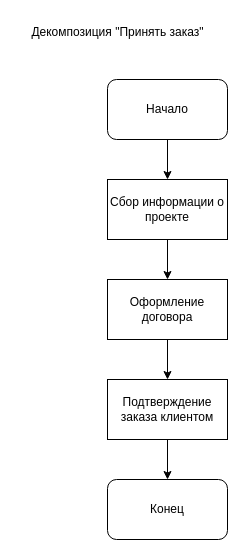
Kirill010/RTU-MIREA keeps this draw.io diagram as page "Страница — 2" (2 of 4) of 3 курс/5 семестр/Моделирование бизнес-процессов/Практика 29/pr29.drawio. Above is the earlier version. Source tidied: cells renumbered, new cells numbered last; positions are measured from the earlier drawing's top-left corner, leaving out a move shared by most shapes. Both pictures are drawn from the tidied source at 100%, with x=0, y=0 at pixel (17, 17).
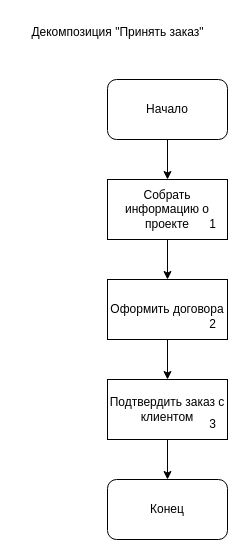
After the change.

What changed in the source:
```diff
@@
 <mxGraphModel>
   <root>
     <mxCell id="0" />
     <mxCell id="1" parent="0" />
     <mxCell id="2" style="edgeStyle=orthogonalEdgeStyle;rounded=0;jettySize=auto;html=1;" parent="1" edge="1" source="3" target="5">
       <mxGeometry relative="1" as="geometry" />
     </mxCell>
     <mxCell id="3" value="Начало" style="rounded=1;whiteSpace=wrap;html=1;" parent="1" vertex="1">
       <mxGeometry x="90" y="62" width="120" height="60" as="geometry" />
     </mxCell>
     <mxCell id="4" style="edgeStyle=orthogonalEdgeStyle;rounded=0;jettySize=auto;html=1;" parent="1" edge="1" source="5" target="7">
       <mxGeometry relative="1" as="geometry" />
     </mxCell>
-    <mxCell id="5" value="Сбор информации о проекте" style="rounded=0;whiteSpace=wrap;html=1;" parent="1" vertex="1">
+    <mxCell id="5" value="Собрать информацию о проекте" style="rounded=0;whiteSpace=wrap;html=1;" parent="1" vertex="1">
       <mxGeometry x="90" y="162" width="120" height="60" as="geometry" />
     </mxCell>
     <mxCell id="6" style="edgeStyle=orthogonalEdgeStyle;rounded=0;jettySize=auto;html=1;" parent="1" edge="1" source="7" target="9">
       <mxGeometry relative="1" as="geometry" />
     </mxCell>
-    <mxCell id="7" value="Оформление договора" style="rounded=0;whiteSpace=wrap;html=1;" parent="1" vertex="1">
+    <mxCell id="7" value="Оформить договора" style="rounded=0;whiteSpace=wrap;html=1;" parent="1" vertex="1">
       <mxGeometry x="90" y="262" width="120" height="60" as="geometry" />
     </mxCell>
     <mxCell id="8" style="edgeStyle=orthogonalEdgeStyle;rounded=0;jettySize=auto;html=1;" parent="1" edge="1" source="9" target="10">
       <mxGeometry relative="1" as="geometry" />
     </mxCell>
-    <mxCell id="9" value="Подтверждение заказа клиентом" style="rounded=0;whiteSpace=wrap;html=1;" parent="1" vertex="1">
+    <mxCell id="9" value="Подтвердить заказ с клиентом" style="rounded=0;whiteSpace=wrap;html=1;" parent="1" vertex="1">
       <mxGeometry x="90" y="362" width="120" height="60" as="geometry" />
     </mxCell>
     <mxCell id="10" value="Конец" style="rounded=1;whiteSpace=wrap;html=1;" parent="1" vertex="1">
       <mxGeometry x="90" y="462" width="120" height="60" as="geometry" />
     </mxCell>
     <mxCell id="11" value="Декомпозиция &quot;Принять заказ&quot;" style="text;html=1;align=center;verticalAlign=middle;strokeColor=none;fillColor=none;" parent="1" vertex="1">
       <mxGeometry width="200" height="30" as="geometry" />
     </mxCell>
+    <mxCell id="12" value="1" style="text;html=1;align=center;verticalAlign=middle;strokeColor=none;fillColor=none;" parent="1" vertex="1">
+      <mxGeometry x="180" y="192" width="30" height="30" as="geometry" />
+    </mxCell>
+    <mxCell id="13" value="2" style="text;html=1;align=center;verticalAlign=middle;strokeColor=none;fillColor=none;" parent="1" vertex="1">
+      <mxGeometry x="180" y="292" width="30" height="30" as="geometry" />
+    </mxCell>
+    <mxCell id="14" value="3" style="text;html=1;align=center;verticalAlign=middle;strokeColor=none;fillColor=none;" parent="1" vertex="1">
+      <mxGeometry x="180" y="392" width="30" height="30" as="geometry" />
+    </mxCell>
   </root>
 </mxGraphModel>
```
